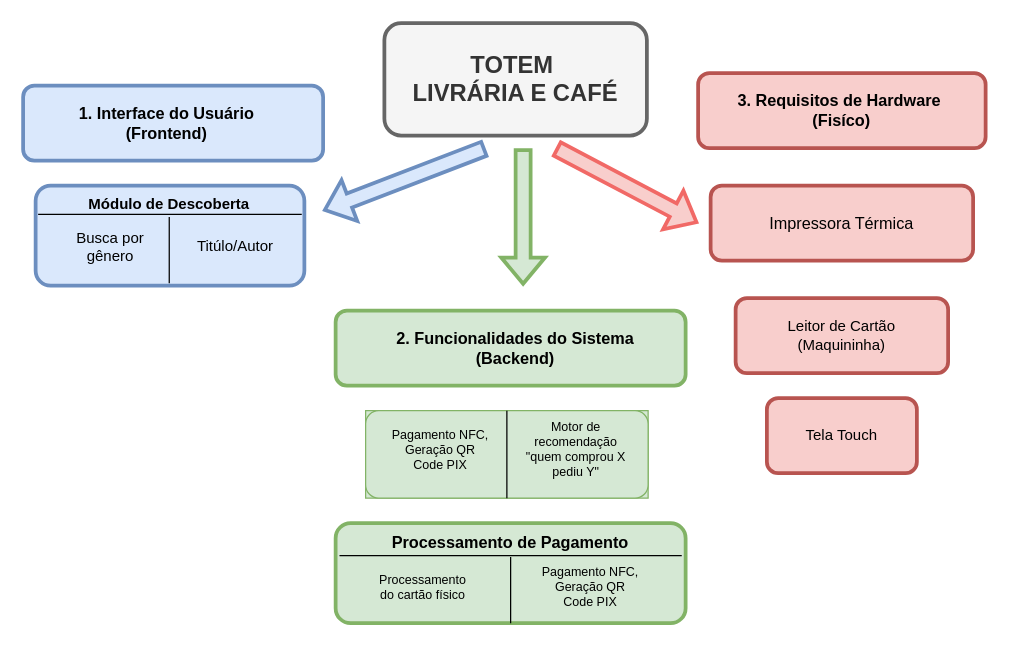
Lukquimhas/analise_modelagem_sistemas keeps this draw.io diagram as TOTEM.drawio. Above is the earlier version. Source tidied: cells renumbered, new cells numbered last; positions are measured from the earlier drawing's top-left corner, leaving out a move shared by most shapes. Both pictures are drawn from the tidied source at 125%, with x=0, y=0 at pixel (22, 22).
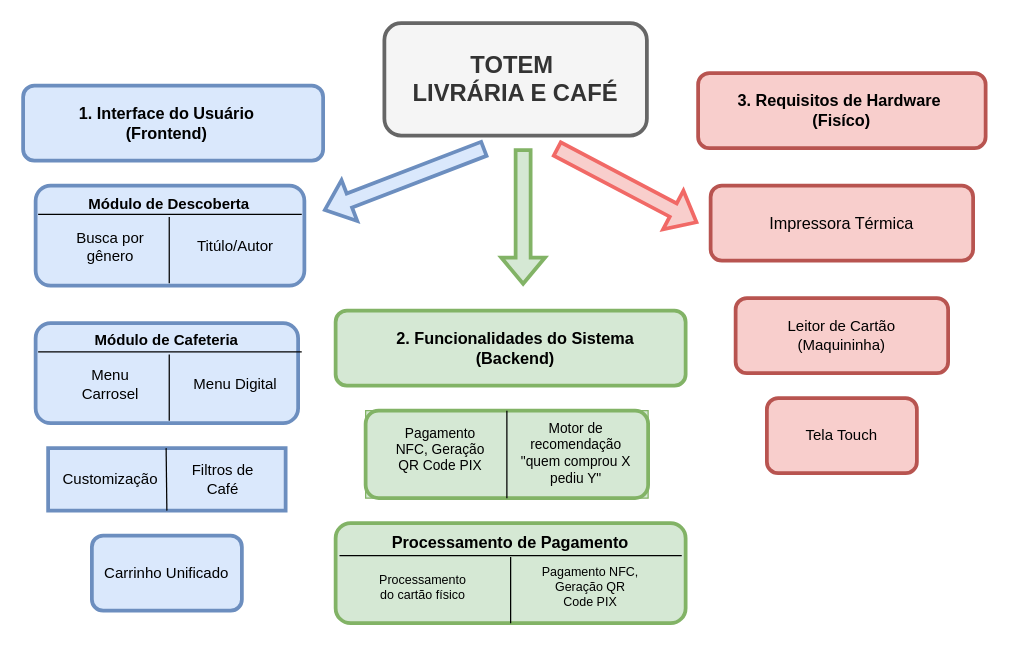
After the change.

Unchanged cells that the change refers to:
```xml
<mxCell id="13" style="group;fontSize=10;fillColor=#d5e8d4;strokeColor=#82b366;" parent="1" vertex="1">
  <mxGeometry x="274" y="310" width="226" height="70" as="geometry" />
</mxCell>
```

Diff of the diagram source:
```diff
@@
-    <mxCell id="14" style="rounded=1;whiteSpace=wrap;html=1;fillColor=#d5e8d4;strokeColor=#82b366;" parent="13" vertex="1">
+    <mxCell id="14" style="rounded=1;whiteSpace=wrap;html=1;fillColor=#d5e8d4;strokeColor=#82b366;strokeWidth=3;" parent="13" vertex="1">
       <mxGeometry width="226" height="70" as="geometry" />
     </mxCell>
-    <mxCell id="15" value="Motor de recomendação&lt;div&gt;&quot;quem comprou X pediu Y&quot;&lt;/div&gt;" style="text;html=1;whiteSpace=wrap;strokeColor=none;fillColor=none;align=center;verticalAlign=middle;rounded=0;fontSize=10;fontStyle=0;" parent="13" vertex="1">
-      <mxGeometry x="120.5" y="26.2" width="95.1" height="8.8" as="geometry" />
+    <mxCell id="15" value="Motor de recomendação&lt;div&gt;&quot;quem comprou X pediu Y&quot;&lt;/div&gt;" style="text;html=1;whiteSpace=wrap;strokeColor=none;fillColor=none;align=center;verticalAlign=middle;rounded=0;fontSize=11;fontStyle=0;" parent="13" vertex="1">
+      <mxGeometry x="120.5" y="29.2" width="95.1" height="8.8" as="geometry" />
     </mxCell>
@@
-    <mxCell id="30" value="Pagamento NFC, Geração QR Code PIX" style="text;html=1;whiteSpace=wrap;strokeColor=none;fillColor=none;align=center;verticalAlign=middle;rounded=0;fontSize=10;fontStyle=0;" parent="1" vertex="1">
+    <mxCell id="30" value="Pagamento NFC, Geração QR Code PIX" style="text;html=1;whiteSpace=wrap;strokeColor=none;fillColor=none;align=center;verticalAlign=middle;rounded=0;fontSize=11;fontStyle=0;" parent="1" vertex="1">
       <mxGeometry x="294" y="310.8" width="80" height="61.2" as="geometry" />
     </mxCell>
@@
+    <mxCell id="34" style="rounded=1;whiteSpace=wrap;html=1;fillColor=#dae8fc;strokeColor=#6c8ebf;strokeWidth=3;" parent="1" vertex="1">
+      <mxGeometry x="10" y="240" width="210" height="80" as="geometry" />
+    </mxCell>
+    <mxCell id="35" value="Módulo de Cafeteria" style="text;html=1;whiteSpace=wrap;strokeColor=none;fillColor=none;align=center;verticalAlign=middle;rounded=0;fontSize=12;fontStyle=1;" parent="1" vertex="1">
+      <mxGeometry x="10" y="239" width="210" height="30" as="geometry" />
+    </mxCell>
+    <mxCell id="36" style="endArrow=none;html=1;rounded=0;exitX=0;exitY=0.5;exitDx=0;exitDy=0;entryX=1;entryY=1;entryDx=0;entryDy=0;" parent="1" edge="1">
+      <mxGeometry relative="1" as="geometry">
+        <mxPoint x="12" y="263" as="sourcePoint" />
+        <mxPoint x="222.9" y="263" as="targetPoint" />
+      </mxGeometry>
+    </mxCell>
+    <mxCell id="37" style="endArrow=none;html=1;rounded=0;entryX=0.5;entryY=0;entryDx=0;entryDy=0;fontSize=12;" parent="1" edge="1">
+      <mxGeometry relative="1" as="geometry">
+        <mxPoint x="116.9" y="318" as="sourcePoint" />
+        <mxPoint x="116.9" y="265" as="targetPoint" />
+      </mxGeometry>
+    </mxCell>
+    <mxCell id="38" value="Menu Carrosel" style="text;html=1;whiteSpace=wrap;strokeColor=none;fillColor=none;align=center;verticalAlign=middle;rounded=0;fontSize=12;fontStyle=0;" parent="1" vertex="1">
+      <mxGeometry x="30" y="258.8" width="80" height="61.2" as="geometry" />
+    </mxCell>
+    <mxCell id="39" value="Menu Digital" style="text;html=1;whiteSpace=wrap;strokeColor=none;fillColor=none;align=center;verticalAlign=middle;rounded=0;fontSize=12;fontStyle=0;" parent="1" vertex="1">
+      <mxGeometry x="130" y="258.8" width="80" height="61.2" as="geometry" />
+    </mxCell>
+    <mxCell id="40" style="rounded=0;whiteSpace=wrap;html=1;fillColor=#dae8fc;strokeColor=#6c8ebf;strokeWidth=3;" parent="1" vertex="1">
+      <mxGeometry x="20" y="340" width="190" height="50" as="geometry" />
+    </mxCell>
+    <mxCell id="41" style="endArrow=none;html=1;rounded=0;entryX=0.5;entryY=0;entryDx=0;entryDy=0;fontSize=12;exitX=0.5;exitY=1;exitDx=0;exitDy=0;" parent="1" edge="1" source="40">
+      <mxGeometry relative="1" as="geometry">
+        <mxPoint x="114.4" y="340" as="targetPoint" />
+      </mxGeometry>
+    </mxCell>
+    <mxCell id="42" value="Customização" style="text;html=1;whiteSpace=wrap;strokeColor=none;fillColor=none;align=center;verticalAlign=middle;rounded=0;fontSize=12;fontStyle=0;" parent="1" vertex="1">
+      <mxGeometry x="30" y="334.4" width="80" height="61.2" as="geometry" />
+    </mxCell>
+    <mxCell id="43" value="Filtros de Café" style="text;html=1;whiteSpace=wrap;strokeColor=none;fillColor=none;align=center;verticalAlign=middle;rounded=0;fontSize=12;fontStyle=0;" parent="1" vertex="1">
+      <mxGeometry x="120" y="334.4" width="80" height="61.2" as="geometry" />
+    </mxCell>
+    <mxCell id="44" value="Carrinho Unificado" style="rounded=1;whiteSpace=wrap;html=1;fillColor=#dae8fc;strokeColor=#6c8ebf;strokeWidth=3;" parent="1" vertex="1">
+      <mxGeometry x="55" y="410" width="120" height="60" as="geometry" />
+    </mxCell>
```
